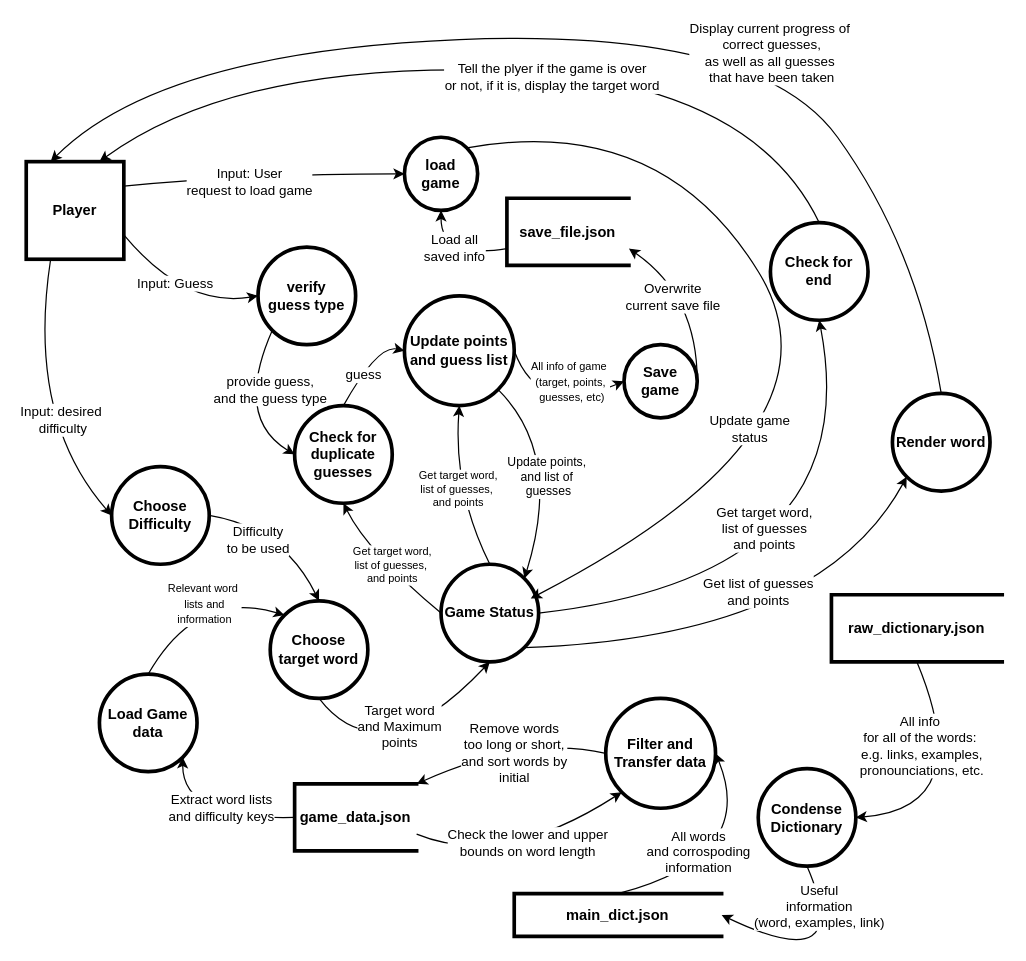
The draw.io diagram Software SCHOOL/Stream 2/Hangman Stream 2/Hangman DFD.drawio in Tinor2/Python-and-software, before the edit. Source tidied: cells renumbered, new cells numbered last; positions are measured from the earlier drawing's top-left corner, leaving out a move shared by most shapes. Both pictures are drawn from the tidied source at 122%, with x=0, y=0 at pixel (26, 27).
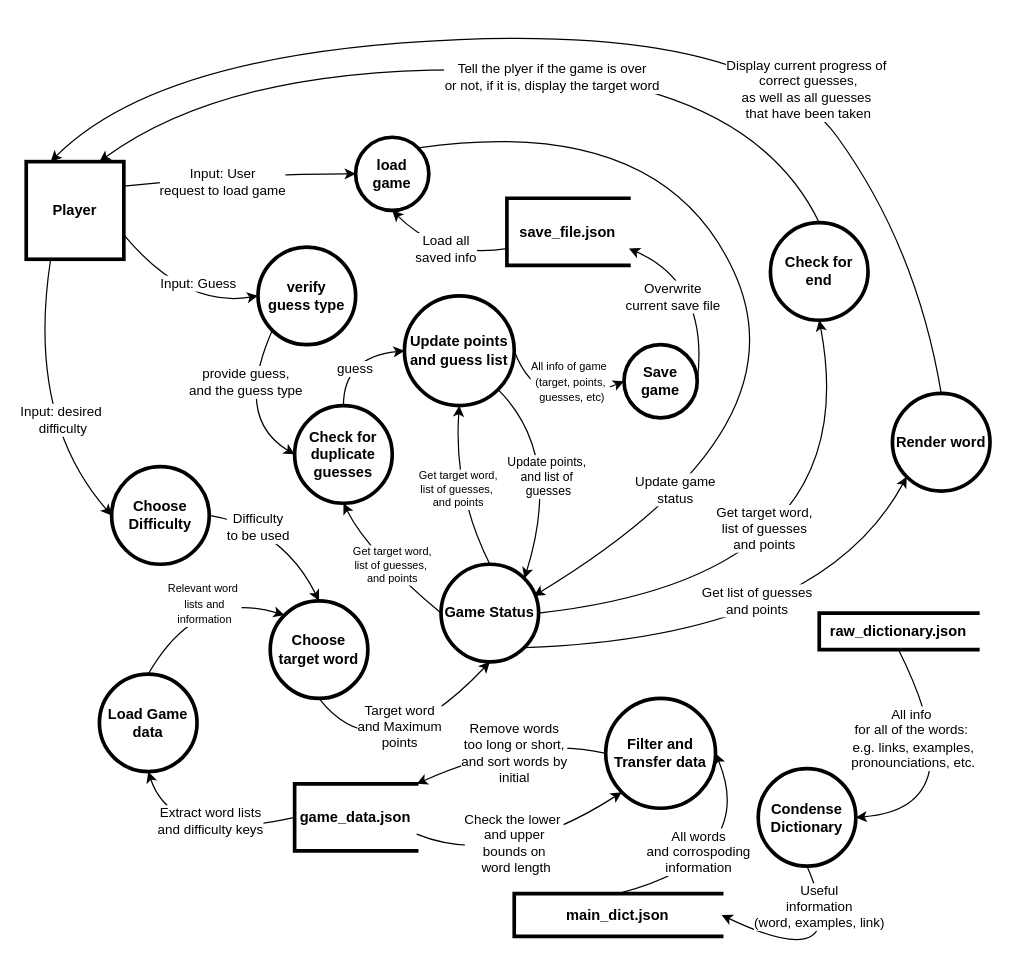
The same page after the edit.

Commit message:
Slightly improved formatting of Hangman DFD

Unchanged cells that the change refers to:
```xml
<mxCell id="4" value="Load Game data" style="ellipse;whiteSpace=wrap;html=1;fontStyle=1;strokeColor=light-dark(#000000,#FFFFFF);fillColor=light-dark(#FFFFFF,#B266FF);strokeWidth=3;" parent="1" vertex="1">
  <mxGeometry x="60" y="530" width="80" height="80" as="geometry" />
</mxCell>
<mxCell id="7" value="Game Status" style="ellipse;whiteSpace=wrap;html=1;fontStyle=1;fillColor=light-dark(#FFFFFF,#FF66B3);strokeWidth=3;" parent="1" vertex="1">
  <mxGeometry x="340" y="440" width="80" height="80" as="geometry" />
</mxCell>
<mxCell id="8" value="game_data.json" style="html=1;dashed=0;whiteSpace=wrap;shape=partialRectangle;right=0;fontStyle=1;strokeColor=light-dark(#000000,#FFFFFF);fillColor=light-dark(#FFFFFF,#B266FF);strokeWidth=3;" parent="1" vertex="1">
  <mxGeometry x="220" y="620" width="100" height="55" as="geometry" />
</mxCell>
<mxCell id="15" style="curved=1;endArrow=classic;html=1;rounded=0;exitX=1;exitY=0.75;exitDx=0;exitDy=0;entryX=0;entryY=0.5;entryDx=0;entryDy=0;" parent="1" edge="1" source="2" target="27">
  <mxGeometry relative="1" as="geometry">
    <Array as="points">
      <mxPoint x="130" y="230" />
    </Array>
  </mxGeometry>
</mxCell>
<mxCell id="23" style="curved=1;endArrow=classic;html=1;rounded=0;entryX=0;entryY=1;entryDx=0;entryDy=0;exitX=1;exitY=1;exitDx=0;exitDy=0;" parent="1" edge="1" source="7" target="6">
  <mxGeometry relative="1" as="geometry">
    <Array as="points">
      <mxPoint x="650" y="500" />
    </Array>
  </mxGeometry>
</mxCell>
<mxCell id="25" style="curved=1;endArrow=classic;html=1;rounded=0;entryX=0.25;entryY=0;entryDx=0;entryDy=0;exitX=0.5;exitY=0;exitDx=0;exitDy=0;" parent="1" edge="1" source="6" target="2">
  <mxGeometry relative="1" as="geometry">
    <Array as="points">
      <mxPoint x="730" y="180" />
      <mxPoint x="600" />
      <mxPoint x="110" y="20" />
    </Array>
  </mxGeometry>
</mxCell>
<mxCell id="28" value="Check for&lt;div&gt;duplicate guesses&lt;/div&gt;" style="ellipse;whiteSpace=wrap;html=1;fontStyle=1;fillColor=light-dark(#FFFFFF,#66B2FF);strokeWidth=3;" parent="1" vertex="1">
  <mxGeometry x="220" y="310" width="80" height="80" as="geometry" />
</mxCell>
<mxCell id="29" style="curved=1;endArrow=classic;html=1;rounded=0;exitX=1;exitY=0.5;exitDx=0;exitDy=0;entryX=0.5;entryY=0;entryDx=0;entryDy=0;" parent="1" edge="1" source="3" target="31">
  <mxGeometry relative="1" as="geometry">
    <Array as="points">
      <mxPoint x="210" y="410" />
    </Array>
  </mxGeometry>
</mxCell>
<mxCell id="34" value="Update points&lt;div&gt;and guess list&lt;/div&gt;" style="ellipse;whiteSpace=wrap;html=1;fontStyle=1;fillColor=light-dark(#FFFFFF,#66B2FF);strokeWidth=3;" parent="1" vertex="1">
  <mxGeometry x="310" y="220" width="90" height="90" as="geometry" />
</mxCell>
<mxCell id="37" style="curved=1;endArrow=classic;html=1;rounded=0;entryX=0;entryY=0.5;entryDx=0;entryDy=0;exitX=0;exitY=1;exitDx=0;exitDy=0;" parent="1" edge="1" source="27" target="28">
  <mxGeometry relative="1" as="geometry">
    <Array as="points">
      <mxPoint x="170" y="320" />
    </Array>
  </mxGeometry>
</mxCell>
<mxCell id="43" value="save_file.json" style="html=1;dashed=0;whiteSpace=wrap;shape=partialRectangle;right=0;fontStyle=1;fillColor=light-dark(#FFFFFF,#FFB366);strokeWidth=3;" parent="1" vertex="1">
  <mxGeometry x="394" y="140" width="100" height="55" as="geometry" />
</mxCell>
<mxCell id="45" value="Save&lt;div&gt;game&lt;/div&gt;" style="ellipse;whiteSpace=wrap;html=1;fontStyle=1;fillColor=light-dark(#FFFFFF,#FFB366);strokeWidth=3;" parent="1" vertex="1">
  <mxGeometry x="490" y="260" width="60" height="60" as="geometry" />
</mxCell>
<mxCell id="68" style="curved=1;endArrow=classic;html=1;rounded=0;exitX=1;exitY=0.75;exitDx=0;exitDy=0;entryX=0;entryY=1;entryDx=0;entryDy=0;" parent="1" edge="1" source="8" target="63">
  <mxGeometry relative="1" as="geometry">
    <Array as="points">
      <mxPoint x="390" y="690" />
    </Array>
  </mxGeometry>
</mxCell>
```

What changed in the source:
```diff
@@
-    <mxCell id="9" style="curved=1;endArrow=classic;html=1;rounded=0;exitX=0;exitY=0.5;exitDx=0;exitDy=0;entryX=1;entryY=1;entryDx=0;entryDy=0;" parent="1" edge="1" source="8" target="4">
+    <mxCell id="9" style="curved=1;endArrow=classic;html=1;rounded=0;exitX=0;exitY=0.5;exitDx=0;exitDy=0;entryX=0.5;entryY=1;entryDx=0;entryDy=0;" parent="1" edge="1" source="8" target="4">
       <mxGeometry relative="1" as="geometry">
         <Array as="points">
-          <mxPoint x="128" y="650" />
+          <mxPoint x="120" y="670" />
         </Array>
       </mxGeometry>
     </mxCell>
     <mxCell id="10" value="Extract word lists&lt;div&gt;and difficulty keys&lt;/div&gt;" style="edgeLabel;html=1;align=center;verticalAlign=middle;" parent="9" vertex="1">
       <mxGeometry x="0.2" y="-4" relative="1" as="geometry">
-        <mxPoint x="26" y="-6" as="offset" />
+        <mxPoint x="28" y="-15" as="offset" />
       </mxGeometry>
     </mxCell>
@@
     <mxCell id="16" value="Input: Guess" style="edgeLabel;html=1;align=center;verticalAlign=middle;" parent="15" vertex="1">
       <mxGeometry x="0.2" y="-23" relative="1" as="geometry">
-        <mxPoint x="-17" y="-42" as="offset" />
+        <mxPoint x="2" y="-42" as="offset" />
       </mxGeometry>
     </mxCell>
@@
     <mxCell id="24" value="Get list of guesses&lt;div&gt;and points&lt;/div&gt;" style="edgeLabel;html=1;align=center;verticalAlign=middle;" parent="23" vertex="1">
       <mxGeometry x="-0.31" y="20" relative="1" as="geometry">
-        <mxPoint x="57" y="-21" as="offset" />
+        <mxPoint x="56" y="-14" as="offset" />
       </mxGeometry>
     </mxCell>
@@
     <mxCell id="26" value="Display current progress of&amp;nbsp;&lt;div&gt;correct guesses,&lt;div&gt;as well as all guesses&amp;nbsp;&lt;/div&gt;&lt;div&gt;that have been taken&lt;/div&gt;&lt;/div&gt;" style="edgeLabel;html=1;align=center;verticalAlign=middle;" parent="25" vertex="1">
       <mxGeometry x="-0.22" y="-2" relative="1" as="geometry">
-        <mxPoint x="42" y="21" as="offset" />
+        <mxPoint x="72" y="51" as="offset" />
       </mxGeometry>
     </mxCell>
@@
     <mxCell id="30" value="Difficulty&lt;div&gt;to be used&lt;/div&gt;" style="edgeLabel;html=1;align=center;verticalAlign=middle;" parent="29" vertex="1">
       <mxGeometry x="-0.18" y="4" relative="1" as="geometry">
-        <mxPoint x="-12" y="15" as="offset" />
+        <mxPoint x="-12" y="5" as="offset" />
       </mxGeometry>
     </mxCell>
@@
     <mxCell id="35" style="curved=1;endArrow=classic;html=1;rounded=0;entryX=0;entryY=0.5;entryDx=0;entryDy=0;exitX=0.5;exitY=0;exitDx=0;exitDy=0;" parent="1" edge="1" source="28" target="34">
       <mxGeometry relative="1" as="geometry">
         <Array as="points">
-          <mxPoint x="288" y="260" />
+          <mxPoint x="260" y="270" />
         </Array>
       </mxGeometry>
     </mxCell>
     <mxCell id="36" value="guess&amp;nbsp;" style="edgeLabel;html=1;align=center;verticalAlign=middle;" parent="35" vertex="1">
       <mxGeometry x="0.37" y="6" relative="1" as="geometry">
-        <mxPoint x="-4" y="25" as="offset" />
+        <mxPoint x="-11" y="18" as="offset" />
       </mxGeometry>
     </mxCell>
@@
     <mxCell id="38" value="provide guess,&lt;div&gt;and the guess type&lt;/div&gt;" style="edgeLabel;html=1;align=center;verticalAlign=middle;" parent="37" vertex="1">
       <mxGeometry x="-0.43" y="13" relative="1" as="geometry">
-        <mxPoint x="2" y="7" as="offset" />
+        <mxPoint x="-18" y="1" as="offset" />
       </mxGeometry>
     </mxCell>
@@
     <mxCell id="44" value="load&lt;div&gt;game&lt;/div&gt;" style="ellipse;whiteSpace=wrap;html=1;fontStyle=1;fillColor=light-dark(#FFFFFF,#FFB366);strokeWidth=3;" parent="1" vertex="1">
-      <mxGeometry x="310" y="90" width="60" height="60" as="geometry" />
+      <mxGeometry x="270" y="90" width="60" height="60" as="geometry" />
     </mxCell>
@@
     <mxCell id="48" style="curved=1;endArrow=classic;html=1;rounded=0;entryX=1;entryY=0.75;entryDx=0;entryDy=0;exitX=1;exitY=0.5;exitDx=0;exitDy=0;" parent="1" edge="1" source="45" target="43">
       <mxGeometry relative="1" as="geometry">
         <Array as="points">
-          <mxPoint x="550" y="220" />
+          <mxPoint x="560" y="210" />
         </Array>
       </mxGeometry>
     </mxCell>
     <mxCell id="49" value="Overwrite&lt;div&gt;current save file&lt;/div&gt;" style="edgeLabel;html=1;align=center;verticalAlign=middle;" parent="48" vertex="1">
       <mxGeometry x="0.11" y="10" relative="1" as="geometry">
-        <mxPoint x="-9" y="-4" as="offset" />
+        <mxPoint x="-22" y="3" as="offset" />
       </mxGeometry>
     </mxCell>
@@
-    <mxCell id="54" style="curved=1;endArrow=classic;html=1;rounded=0;exitX=1;exitY=0;exitDx=0;exitDy=0;entryX=0.919;entryY=0.35;entryDx=0;entryDy=0;entryPerimeter=0;" parent="1" edge="1" source="44" target="7">
+    <mxCell id="54" style="curved=1;endArrow=classic;html=1;rounded=0;exitX=1;exitY=0;exitDx=0;exitDy=0;entryX=0.95;entryY=0.325;entryDx=0;entryDy=0;entryPerimeter=0;" parent="1" edge="1" source="44" target="7">
       <mxGeometry relative="1" as="geometry">
         <Array as="points">
           <mxPoint x="520" y="70" />
-          <mxPoint x="680" y="330" />
+          <mxPoint x="640" y="330" />
         </Array>
       </mxGeometry>
     </mxCell>
     <mxCell id="55" value="Update game&lt;div&gt;status&lt;/div&gt;" style="edgeLabel;html=1;align=center;verticalAlign=middle;" parent="54" vertex="1">
-      <mxGeometry x="0.42" y="-42" relative="1" as="geometry" />
+      <mxGeometry x="0.42" y="-42" relative="1" as="geometry">
+        <mxPoint x="-48" y="61" as="offset" />
+      </mxGeometry>
     </mxCell>
     <mxCell id="56" value="raw_dictionary.json" style="html=1;dashed=0;whiteSpace=wrap;shape=partialRectangle;right=0;fontStyle=1;fillColor=light-dark(#FFFFFF,#6666FF);strokeWidth=3;" parent="1" vertex="1">
-      <mxGeometry x="660" y="465" width="140" height="55" as="geometry" />
+      <mxGeometry x="650" y="480" width="130" height="30" as="geometry" />
     </mxCell>
@@
-    <mxCell id="69" value="Check the lower and upper&lt;div&gt;bounds on word length&lt;/div&gt;" style="edgeLabel;html=1;align=center;verticalAlign=middle;" parent="68" vertex="1">
+    <mxCell id="69" value="Check the lower&amp;nbsp;&lt;div&gt;and upper&lt;div&gt;bounds on&lt;/div&gt;&lt;div&gt;&amp;nbsp;word length&lt;/div&gt;&lt;/div&gt;" style="edgeLabel;html=1;align=center;verticalAlign=middle;" parent="68" vertex="1">
       <mxGeometry x="-0.03" y="15" relative="1" as="geometry">
-        <mxPoint x="14" as="offset" />
+        <mxPoint x="3" as="offset" />
       </mxGeometry>
     </mxCell>
```
